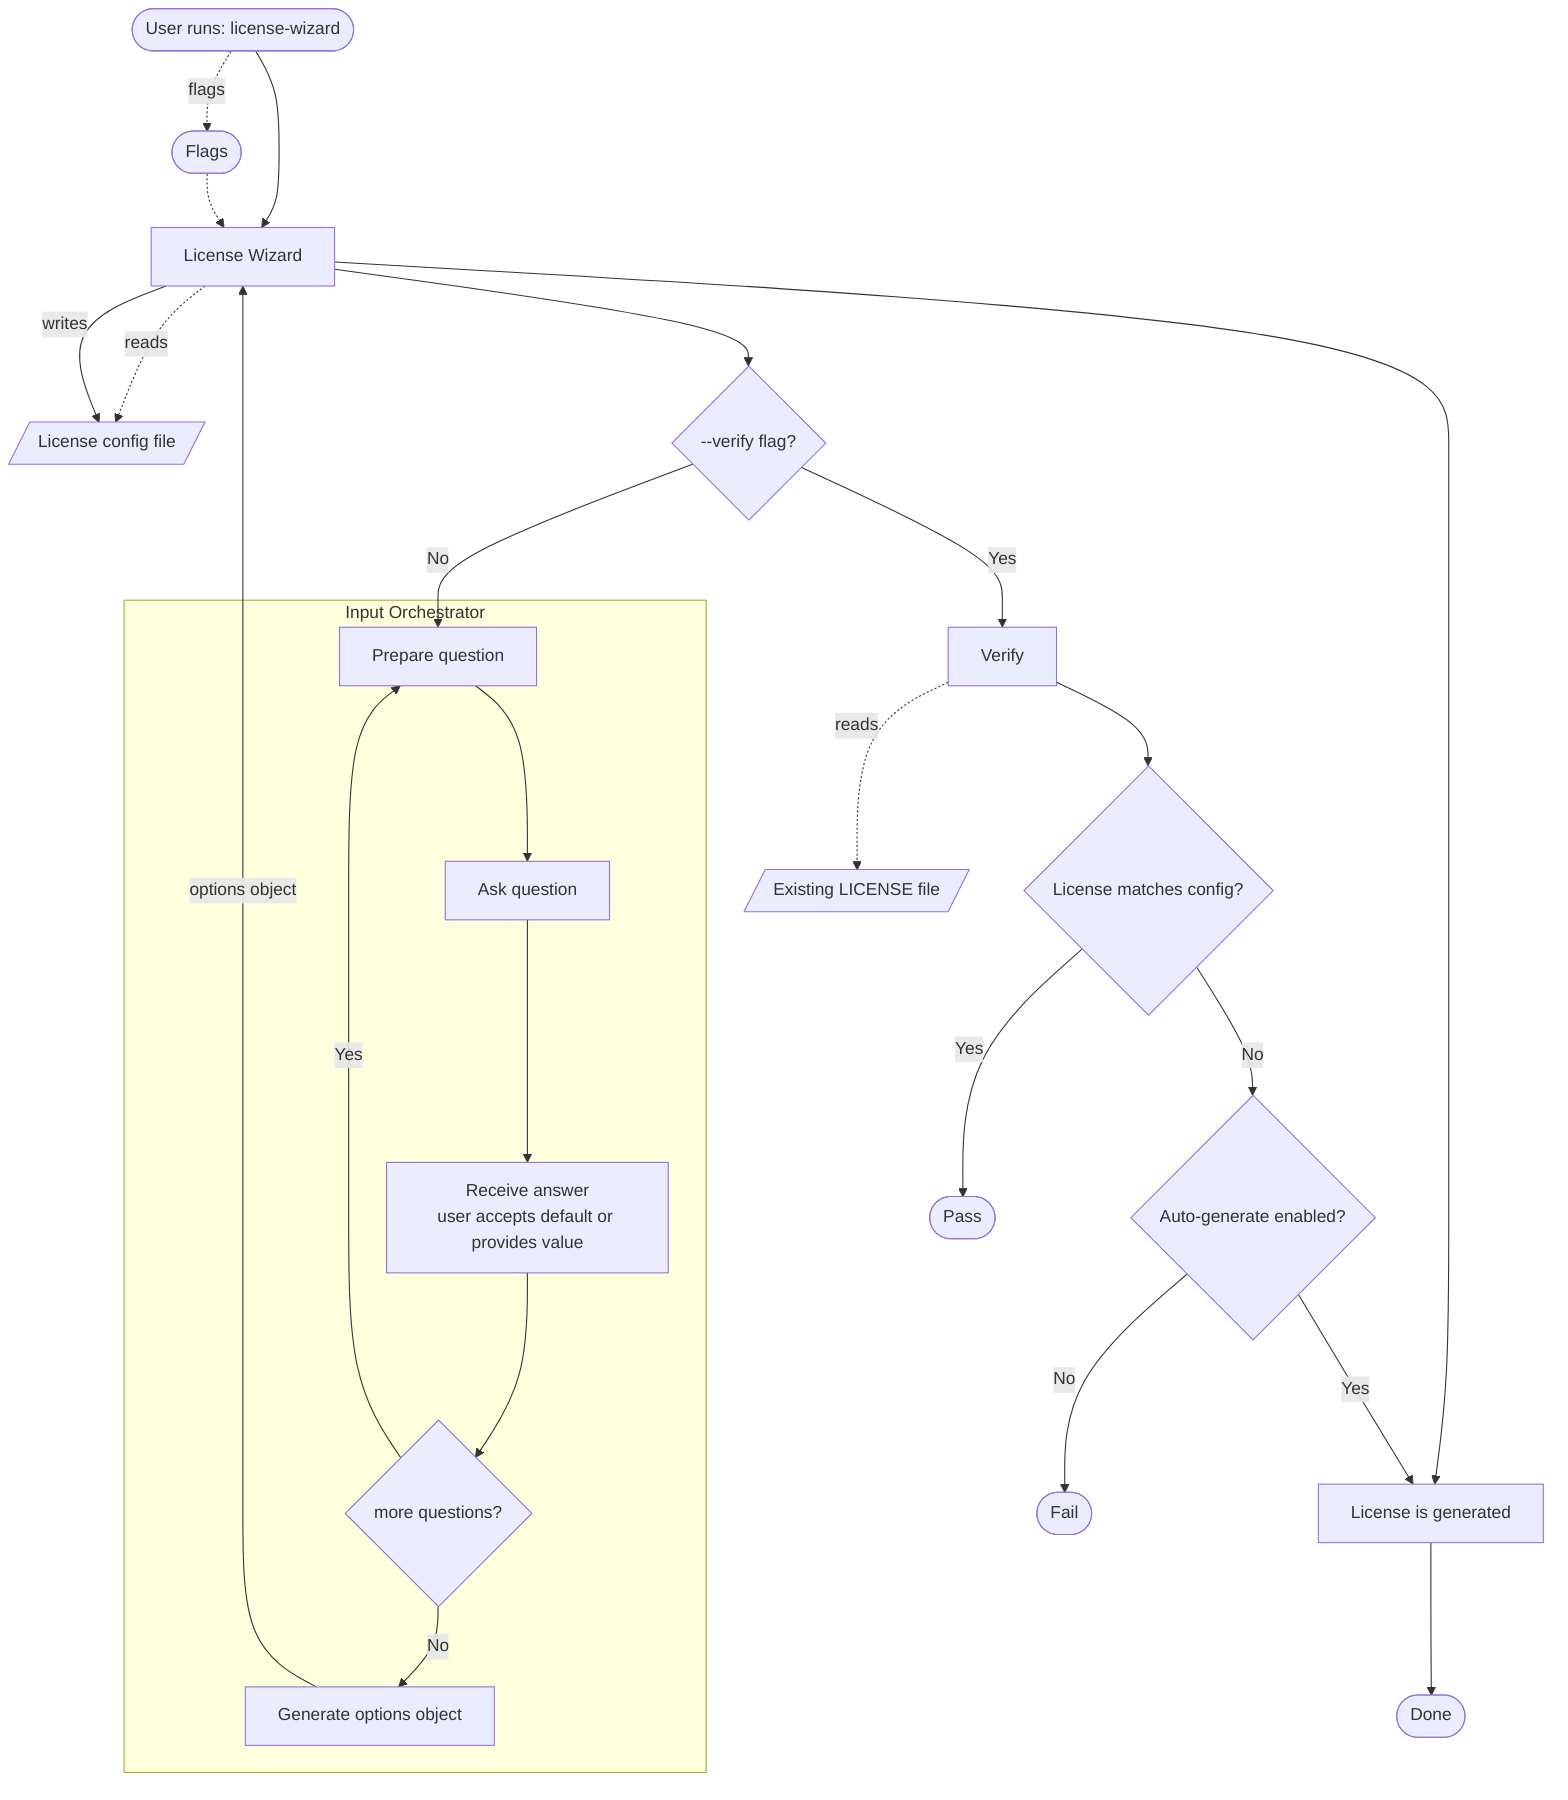
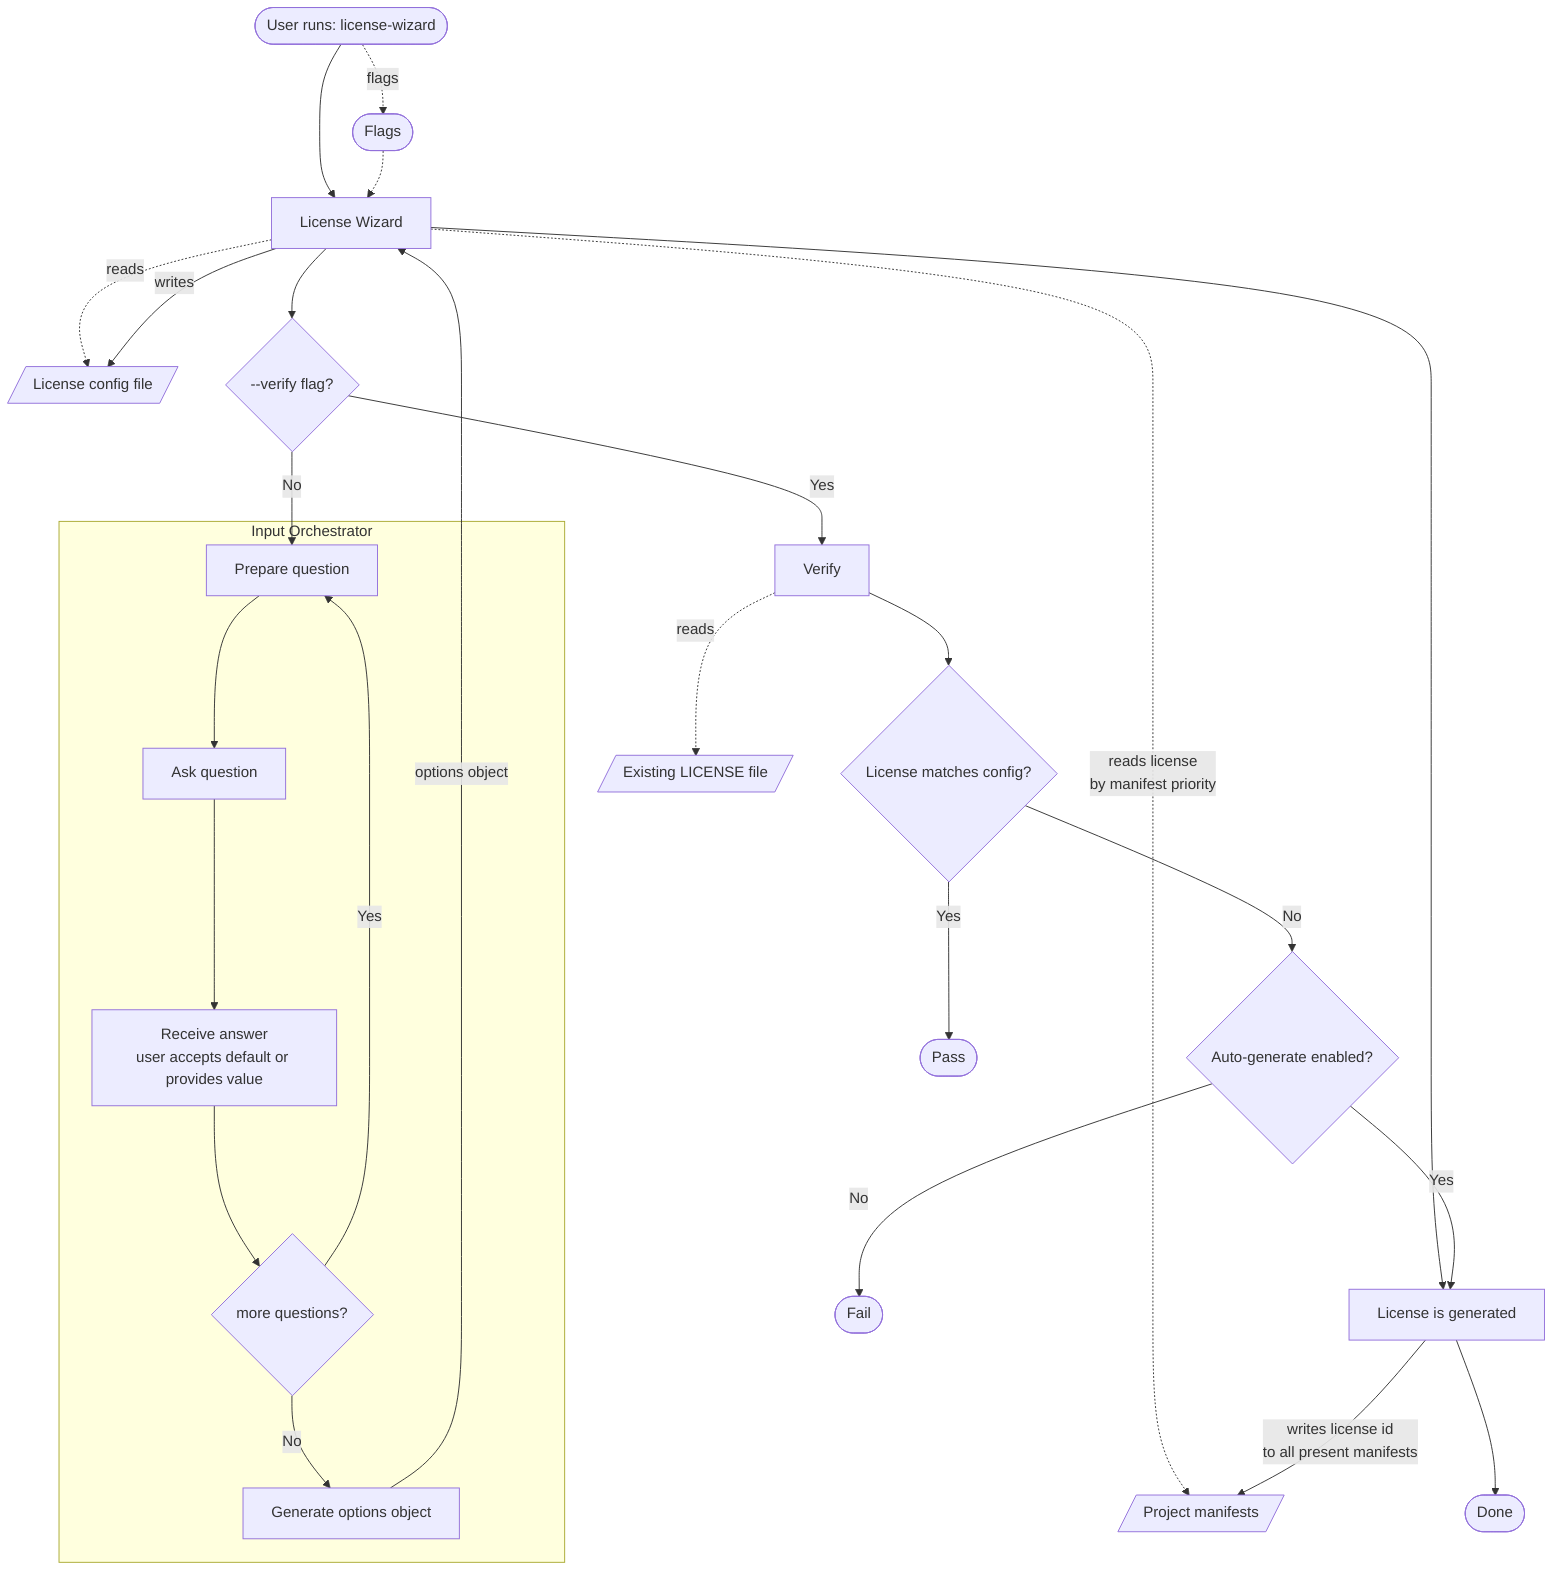
flowchart TD
    A([User runs: license-wizard]) --> LW[License Wizard]
    A -.->|flags| FL([Flags])
    FL -.-> LW
    LW -.->|reads| LC[/License config file/]
+     LW -.->|reads license<br/>by manifest priority| PJ[/Project manifests/]

    LW --> M{--verify flag?}

    %% ─── Interactive / generation path ───
    M -->|No| C

    subgraph IO [Input Orchestrator]
        C[Prepare question]
        C --> D[Ask question]
        D --> E[Receive answer<br/>user accepts default or provides value]
        E --> F{more questions?}
        F -->|Yes| C
        F -->|No| OG[Generate options object]
    end

    OG -->|options object| LW
    LW -->|writes| LC
    LW --> G[License is generated]
+     G -->|writes license id<br/>to all present manifests| PJ
    G --> H([Done])

    %% ─── Verification path ───
    M -->|Yes| V[Verify]
    V -.->|reads| EL[/Existing LICENSE file/]
    V --> R{License matches config?}
    R -->|Yes| PASS([Pass])
    R -->|No| AG{Auto-generate enabled?}
    AG -->|Yes| G
    AG -->|No| FAIL([Fail])
